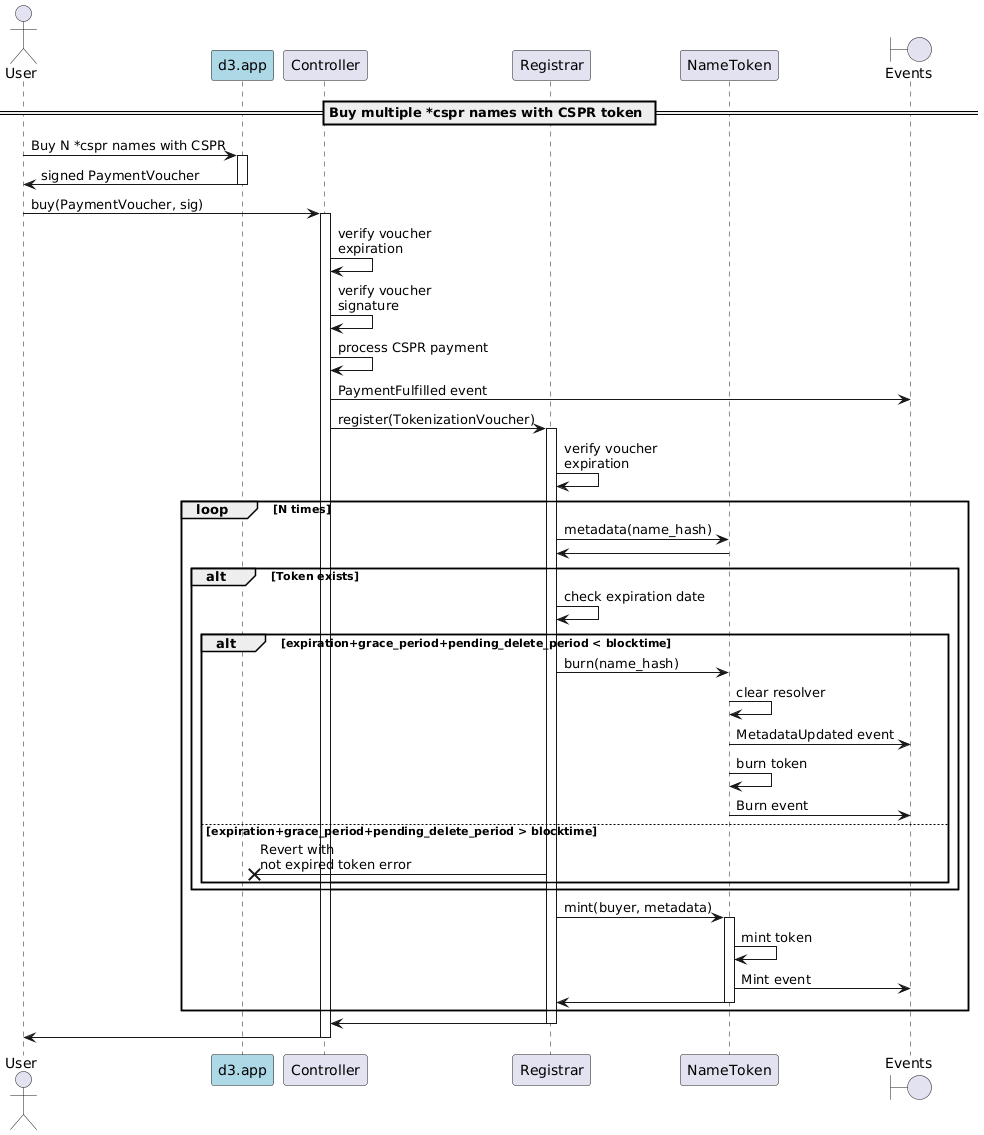
Earlier version of the PlantUML export docs/sequence-diagrams/puml/onchain-multiple-purchase.png (make-software/cspr-name-contracts).
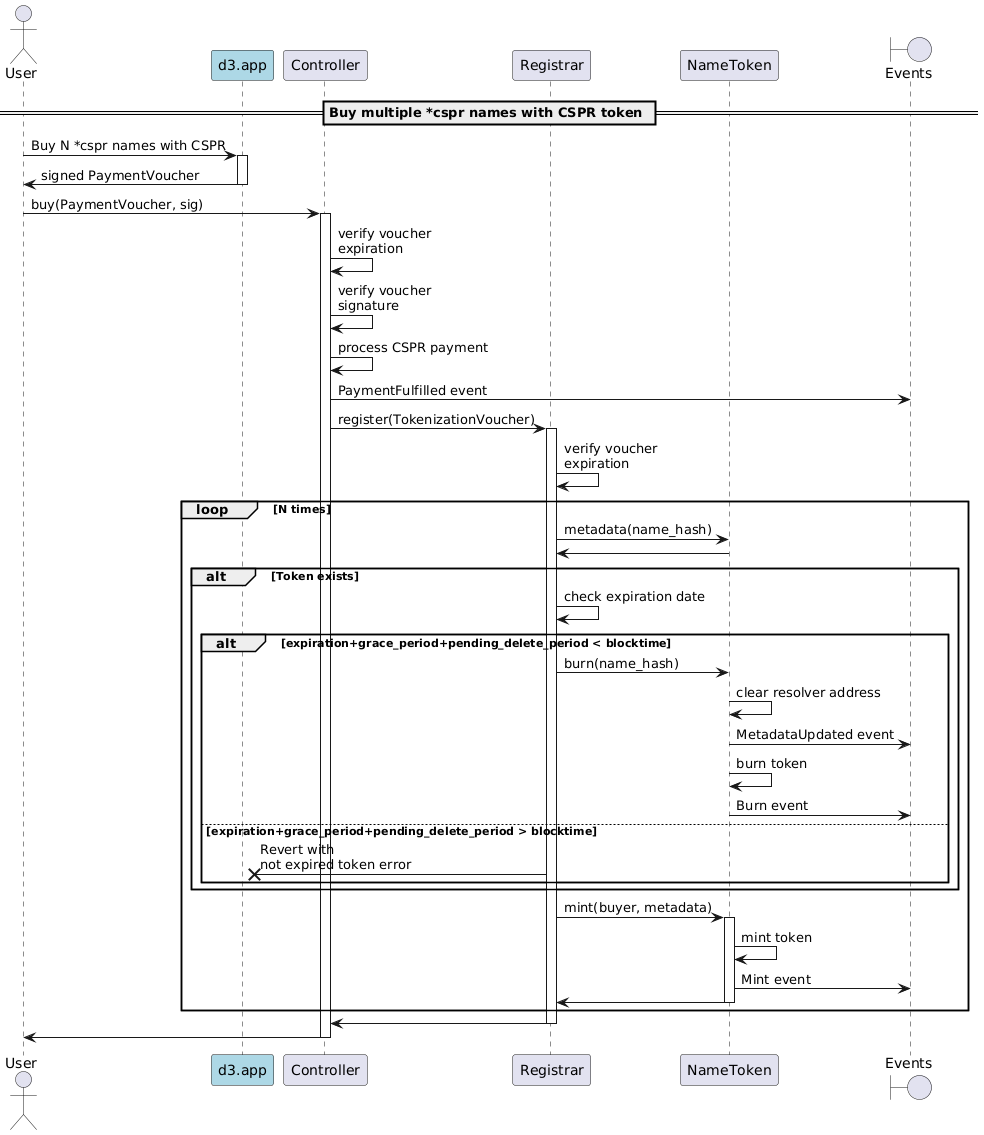
After the commit.

Diff of the diagram source:
```diff
@@ -30,7 +30,7 @@
             Registrar -> Registrar: check expiration date
             alt expiration+grace_period+pending_delete_period < blocktime
                 Registrar -> NameToken: burn(name_hash)
-                NameToken -> NameToken: clear resolver
+                NameToken -> NameToken: clear resolver address
                 NameToken -> "Events": MetadataUpdated event
                 NameToken -> NameToken: burn token
                 NameToken -> "Events": Burn event
```
